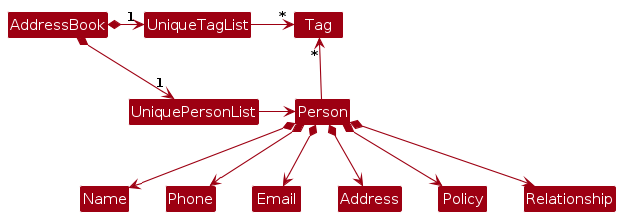
AY2324S2-CS2103T-T13-3/tp keeps this PlantUML diagram as diagrams/BetterModelClassDiagram.png. Above is the earlier version. Its source is kept beside it as diagrams/BetterModelClassDiagram.puml.
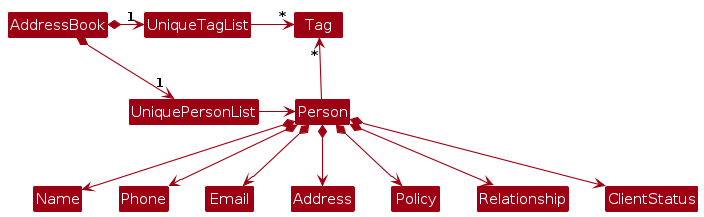
After the commit.

The edit, as a diff of the source:
```diff
@@ -20,4 +20,5 @@
 Person *--> Address
 Person *--> Policy
 Person *--> Relationship
+Person *--> ClientStatus
 @enduml
```
